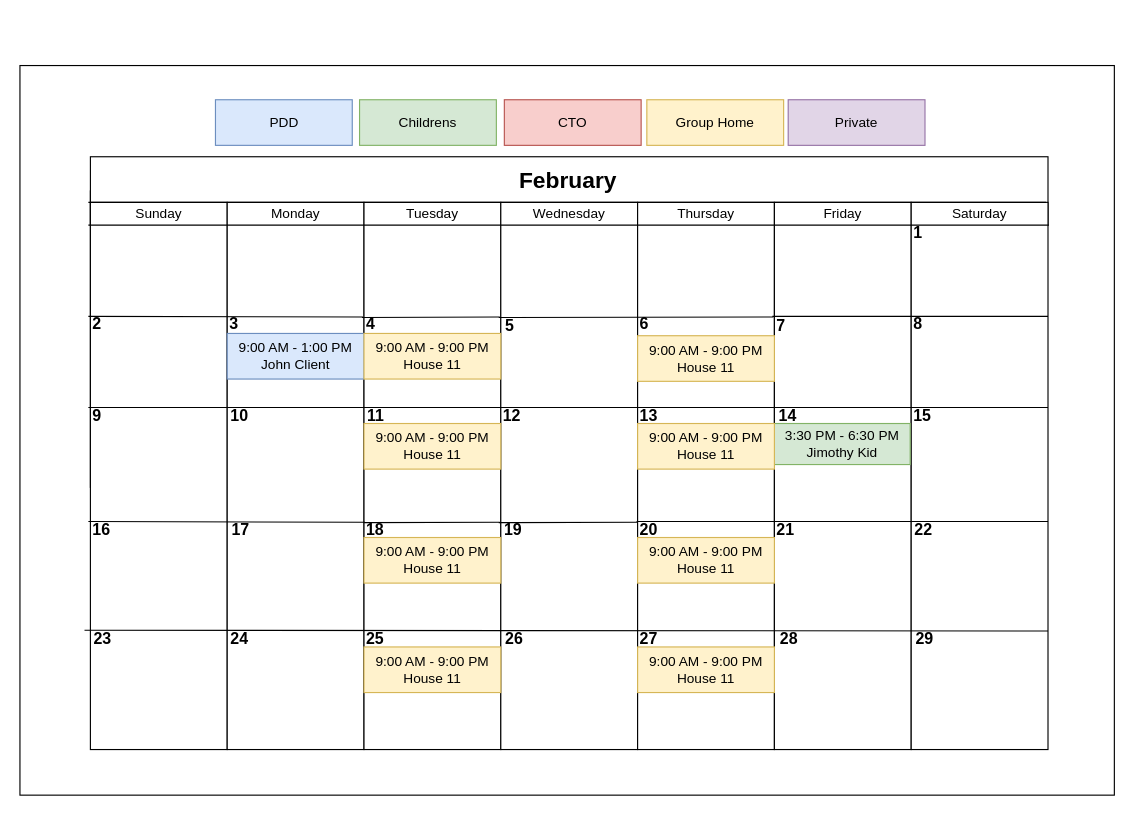
This is page "Calendar View" (1 of 3) of Diagrams/Outputs/Worker View Mockup.drawio from Harlento/SchedulingSystem, a draw.io file, before an edit. Source tidied: cells renumbered, new cells numbered last; positions are measured from the earlier drawing's top-left corner, leaving out a move shared by most shapes. Both pictures are drawn from the tidied source at 114%, with x=0, y=0 at pixel (19, 65).
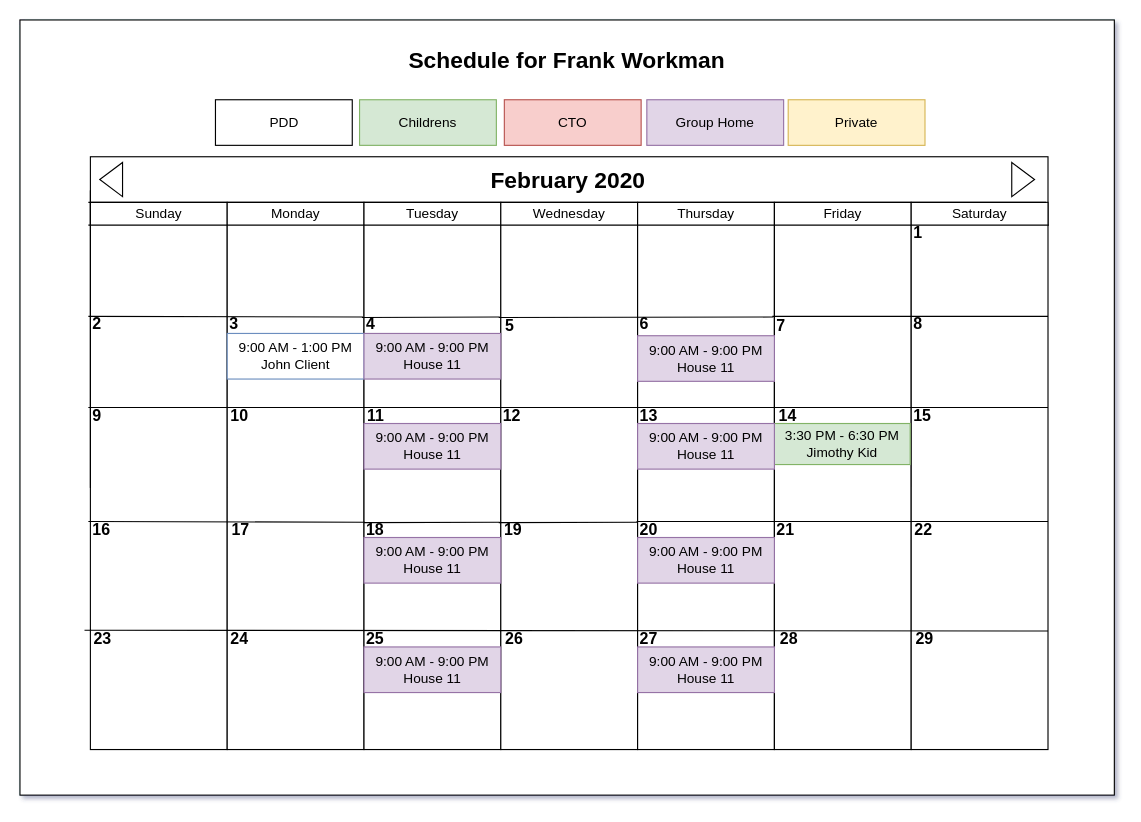
The same page after the edit.

What changed in the source:
```diff
@@
-<mxGraphModel>
+<mxGraphModel shadow="1">
@@
     <mxCell id="2" style="rounded=0;whiteSpace=wrap;html=1;" parent="1" vertex="1">
-      <mxGeometry width="960" height="640" as="geometry" />
+      <mxGeometry y="-40" width="960" height="680" as="geometry" />
     </mxCell>
@@
-    <mxCell id="23" value="&lt;span style=&quot;white-space: normal&quot;&gt;9:00 AM - 1:00 PM&lt;/span&gt;&lt;br style=&quot;white-space: normal&quot;&gt;&lt;span style=&quot;white-space: normal&quot;&gt;John Client&lt;/span&gt;" style="rounded=0;whiteSpace=wrap;html=1;fillColor=#dae8fc;strokeColor=#6c8ebf;" parent="1" vertex="1">
+    <mxCell id="23" value="&lt;span style=&quot;white-space: normal&quot;&gt;9:00 AM - 1:00 PM&lt;/span&gt;&lt;br style=&quot;white-space: normal&quot;&gt;&lt;span style=&quot;white-space: normal&quot;&gt;John Client&lt;/span&gt;" style="rounded=0;whiteSpace=wrap;html=1;fillColor=#FFFFFF;strokeColor=#6c8ebf;" parent="1" vertex="1">
       <mxGeometry x="181.8" y="235" width="120" height="40" as="geometry" />
     </mxCell>
@@
-    <mxCell id="27" value="February" style="text;html=1;strokeColor=none;fillColor=none;align=center;verticalAlign=middle;whiteSpace=wrap;rounded=0;fontStyle=1;fontSize=20;" parent="1" vertex="1">
+    <mxCell id="27" value="February 2020" style="text;html=1;strokeColor=none;fillColor=none;align=center;verticalAlign=middle;whiteSpace=wrap;rounded=0;fontStyle=1;fontSize=20;" parent="1" vertex="1">
       <mxGeometry x="301.8" y="90" width="358.2" height="20" as="geometry" />
     </mxCell>
@@
-    <mxCell id="63" value="PDD" style="rounded=0;whiteSpace=wrap;html=1;fillColor=#dae8fc;strokeColor=#6c8ebf;" parent="1" vertex="1">
+    <mxCell id="63" value="PDD" style="rounded=0;whiteSpace=wrap;html=1;" parent="1" vertex="1">
       <mxGeometry x="171.5" y="30" width="120" height="40" as="geometry" />
     </mxCell>
@@
-    <mxCell id="66" value="Group Home" style="rounded=0;whiteSpace=wrap;html=1;fillColor=#fff2cc;strokeColor=#d6b656;" parent="1" vertex="1">
+    <mxCell id="66" value="Group Home" style="rounded=0;whiteSpace=wrap;html=1;fillColor=#e1d5e7;strokeColor=#9673a6;" parent="1" vertex="1">
       <mxGeometry x="549.9" y="30" width="120" height="40" as="geometry" />
     </mxCell>
-    <mxCell id="67" value="Private" style="rounded=0;whiteSpace=wrap;html=1;fillColor=#e1d5e7;strokeColor=#9673a6;" parent="1" vertex="1">
+    <mxCell id="67" value="Private" style="rounded=0;whiteSpace=wrap;html=1;fillColor=#fff2cc;strokeColor=#d6b656;" parent="1" vertex="1">
       <mxGeometry x="673.9" y="30" width="120" height="40" as="geometry" />
     </mxCell>
-    <mxCell id="68" value="&lt;span style=&quot;white-space: normal&quot;&gt;9:00 AM - 9:00 PM&lt;/span&gt;&lt;br style=&quot;white-space: normal&quot;&gt;House 11" style="rounded=0;whiteSpace=wrap;html=1;fillColor=#fff2cc;strokeColor=#d6b656;" parent="1" vertex="1">
+    <mxCell id="68" value="&lt;span style=&quot;white-space: normal&quot;&gt;9:00 AM - 9:00 PM&lt;/span&gt;&lt;br style=&quot;white-space: normal&quot;&gt;House 11" style="rounded=0;whiteSpace=wrap;html=1;fillColor=#e1d5e7;strokeColor=#9673a6;" parent="1" vertex="1">
       <mxGeometry x="301.8" y="235" width="120" height="40" as="geometry" />
     </mxCell>
-    <mxCell id="69" value="&lt;span style=&quot;white-space: normal&quot;&gt;9:00 AM - 9:00 PM&lt;/span&gt;&lt;br style=&quot;white-space: normal&quot;&gt;House 11" style="rounded=0;whiteSpace=wrap;html=1;fillColor=#fff2cc;strokeColor=#d6b656;" parent="1" vertex="1">
+    <mxCell id="69" value="&lt;span style=&quot;white-space: normal&quot;&gt;9:00 AM - 9:00 PM&lt;/span&gt;&lt;br style=&quot;white-space: normal&quot;&gt;House 11" style="rounded=0;whiteSpace=wrap;html=1;fillColor=#e1d5e7;strokeColor=#9673a6;" parent="1" vertex="1">
       <mxGeometry x="541.8" y="237" width="120" height="40" as="geometry" />
     </mxCell>
-    <mxCell id="70" value="&lt;span style=&quot;white-space: normal&quot;&gt;9:00 AM - 9:00 PM&lt;/span&gt;&lt;br style=&quot;white-space: normal&quot;&gt;House 11" style="rounded=0;whiteSpace=wrap;html=1;fillColor=#fff2cc;strokeColor=#d6b656;" parent="1" vertex="1">
+    <mxCell id="70" value="&lt;span style=&quot;white-space: normal&quot;&gt;9:00 AM - 9:00 PM&lt;/span&gt;&lt;br style=&quot;white-space: normal&quot;&gt;House 11" style="rounded=0;whiteSpace=wrap;html=1;fillColor=#e1d5e7;strokeColor=#9673a6;" parent="1" vertex="1">
       <mxGeometry x="301.8" y="414" width="120" height="40" as="geometry" />
     </mxCell>
-    <mxCell id="71" value="&lt;span style=&quot;white-space: normal&quot;&gt;9:00 AM - 9:00 PM&lt;/span&gt;&lt;br style=&quot;white-space: normal&quot;&gt;House 11" style="rounded=0;whiteSpace=wrap;html=1;fillColor=#fff2cc;strokeColor=#d6b656;" parent="1" vertex="1">
+    <mxCell id="71" value="&lt;span style=&quot;white-space: normal&quot;&gt;9:00 AM - 9:00 PM&lt;/span&gt;&lt;br style=&quot;white-space: normal&quot;&gt;House 11" style="rounded=0;whiteSpace=wrap;html=1;fillColor=#e1d5e7;strokeColor=#9673a6;" parent="1" vertex="1">
       <mxGeometry x="541.8" y="314" width="120" height="40" as="geometry" />
     </mxCell>
-    <mxCell id="72" value="&lt;span style=&quot;white-space: normal&quot;&gt;9:00 AM - 9:00 PM&lt;/span&gt;&lt;br style=&quot;white-space: normal&quot;&gt;House 11" style="rounded=0;whiteSpace=wrap;html=1;fillColor=#fff2cc;strokeColor=#d6b656;" parent="1" vertex="1">
+    <mxCell id="72" value="&lt;span style=&quot;white-space: normal&quot;&gt;9:00 AM - 9:00 PM&lt;/span&gt;&lt;br style=&quot;white-space: normal&quot;&gt;House 11" style="rounded=0;whiteSpace=wrap;html=1;fillColor=#e1d5e7;strokeColor=#9673a6;" parent="1" vertex="1">
       <mxGeometry x="301.8" y="314" width="120" height="40" as="geometry" />
     </mxCell>
-    <mxCell id="73" value="&lt;span style=&quot;white-space: normal&quot;&gt;9:00 AM - 9:00 PM&lt;/span&gt;&lt;br style=&quot;white-space: normal&quot;&gt;House 11" style="rounded=0;whiteSpace=wrap;html=1;fillColor=#fff2cc;strokeColor=#d6b656;" parent="1" vertex="1">
+    <mxCell id="73" value="&lt;span style=&quot;white-space: normal&quot;&gt;9:00 AM - 9:00 PM&lt;/span&gt;&lt;br style=&quot;white-space: normal&quot;&gt;House 11" style="rounded=0;whiteSpace=wrap;html=1;fillColor=#e1d5e7;strokeColor=#9673a6;" parent="1" vertex="1">
       <mxGeometry x="541.8" y="414" width="120" height="40" as="geometry" />
     </mxCell>
-    <mxCell id="74" value="&lt;span style=&quot;white-space: normal&quot;&gt;9:00 AM - 9:00 PM&lt;/span&gt;&lt;br style=&quot;white-space: normal&quot;&gt;House 11" style="rounded=0;whiteSpace=wrap;html=1;fillColor=#fff2cc;strokeColor=#d6b656;" parent="1" vertex="1">
+    <mxCell id="74" value="&lt;span style=&quot;white-space: normal&quot;&gt;9:00 AM - 9:00 PM&lt;/span&gt;&lt;br style=&quot;white-space: normal&quot;&gt;House 11" style="rounded=0;whiteSpace=wrap;html=1;fillColor=#e1d5e7;strokeColor=#9673a6;" parent="1" vertex="1">
       <mxGeometry x="541.8" y="510" width="120" height="40" as="geometry" />
     </mxCell>
-    <mxCell id="75" value="&lt;span style=&quot;white-space: normal&quot;&gt;9:00 AM - 9:00 PM&lt;/span&gt;&lt;br style=&quot;white-space: normal&quot;&gt;House 11" style="rounded=0;whiteSpace=wrap;html=1;fillColor=#fff2cc;strokeColor=#d6b656;" parent="1" vertex="1">
+    <mxCell id="75" value="&lt;span style=&quot;white-space: normal&quot;&gt;9:00 AM - 9:00 PM&lt;/span&gt;&lt;br style=&quot;white-space: normal&quot;&gt;House 11" style="rounded=0;whiteSpace=wrap;html=1;fillColor=#e1d5e7;strokeColor=#9673a6;" parent="1" vertex="1">
       <mxGeometry x="301.8" y="510" width="120" height="40" as="geometry" />
     </mxCell>
+    <mxCell id="76" value="&lt;font style=&quot;font-size: 20px&quot;&gt;&lt;b&gt;Schedule for Frank Workman&lt;/b&gt;&lt;/font&gt;" style="text;html=1;strokeColor=none;fillColor=none;align=center;verticalAlign=middle;whiteSpace=wrap;rounded=0;" parent="1" vertex="1">
+      <mxGeometry x="305" y="-20" width="350" height="30" as="geometry" />
+    </mxCell>
+    <mxCell id="77" style="triangle;whiteSpace=wrap;html=1;" parent="1" vertex="1">
+      <mxGeometry x="870" y="85" width="20" height="30" as="geometry" />
+    </mxCell>
+    <mxCell id="78" style="triangle;whiteSpace=wrap;html=1;direction=west;" parent="1" vertex="1">
+      <mxGeometry x="70" y="85" width="20" height="30" as="geometry" />
+    </mxCell>
```
